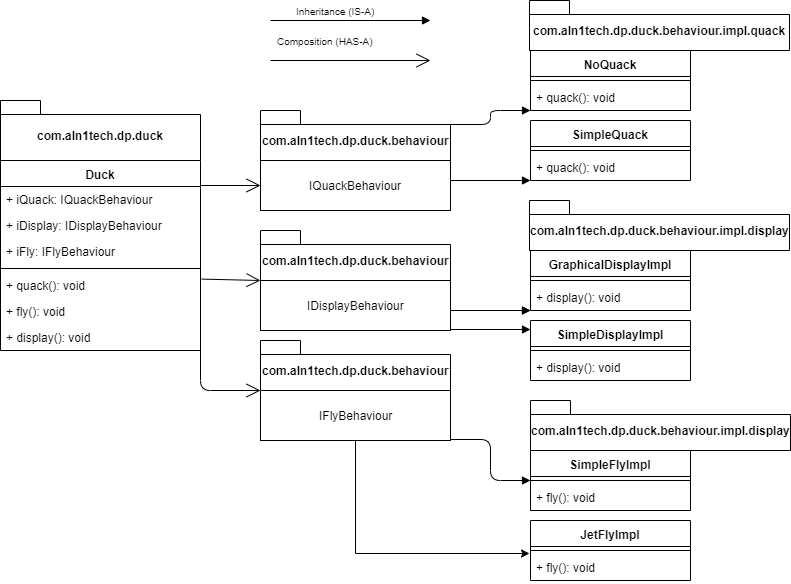
Before: strategy-pattern-ex/src/main/resources/uml/strategy-pattern.png, a diagram exported from draw.io (aln1tech/design-pattern). Source tidied: cells renumbered, new cells last; positions are measured from the earlier drawing's top-left corner, leaving out a move shared by most shapes.
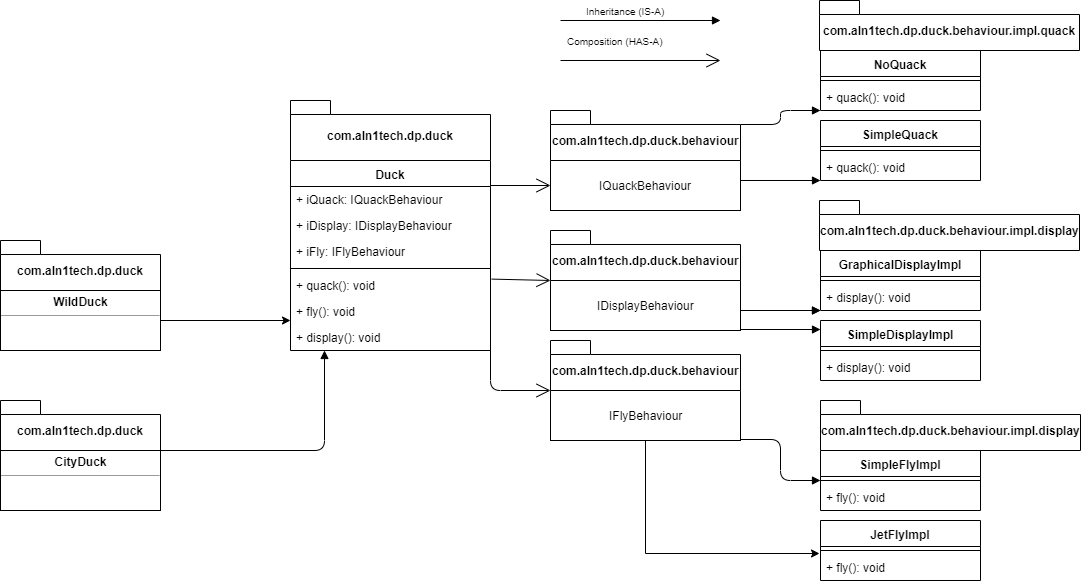
Later version of the same file.

Commit message:
strategy pattern uml diagram updated

What changed in the source:
```diff
@@ -207,5 +207,35 @@
     <mxCell id="58" value="com.aln1tech.dp.duck.behaviour.impl.display" style="shape=folder;fontStyle=1;spacingTop=10;tabWidth=40;tabHeight=14;tabPosition=left;html=1;" parent="1" vertex="1">
       <mxGeometry x="530" y="400" width="260" height="50" as="geometry" />
     </mxCell>
+    <mxCell id="59" value="com.aln1tech.dp.duck" style="shape=folder;fontStyle=1;spacingTop=10;tabWidth=40;tabHeight=14;tabPosition=left;html=1;" parent="1" vertex="1">
+      <mxGeometry x="-290" y="400" width="160" height="50" as="geometry" />
+    </mxCell>
+    <mxCell id="60" value="&lt;p style=&quot;margin: 0px ; margin-top: 4px ; text-align: center&quot;&gt;&lt;b&gt;CityDuck&lt;/b&gt;&lt;br&gt;&lt;/p&gt;&lt;hr size=&quot;1&quot;&gt;&lt;div style=&quot;height: 2px&quot;&gt;&lt;/div&gt;" style="verticalAlign=top;align=left;overflow=fill;fontSize=12;fontFamily=Helvetica;html=1;" parent="1" vertex="1">
+      <mxGeometry x="-290" y="450" width="160" height="60" as="geometry" />
+    </mxCell>
+    <mxCell id="61" style="endArrow=block;endFill=1;html=1;edgeStyle=orthogonalEdgeStyle;align=left;verticalAlign=top;" parent="1" edge="1">
+      <mxGeometry x="-1" relative="1" as="geometry">
+        <mxPoint x="-130" y="450" as="sourcePoint" />
+        <mxPoint x="34" y="350" as="targetPoint" />
+        <Array as="points">
+          <mxPoint x="34" y="450" />
+        </Array>
+      </mxGeometry>
+    </mxCell>
+    <mxCell id="62" style="html=1;align=left;verticalAlign=bottom;labelBackgroundColor=#ffffff;fontSize=10;" parent="61" vertex="1">
+      <mxGeometry x="-1" relative="1" as="geometry" />
+    </mxCell>
+    <mxCell id="63" value="com.aln1tech.dp.duck" style="shape=folder;fontStyle=1;spacingTop=10;tabWidth=40;tabHeight=14;tabPosition=left;html=1;" parent="1" vertex="1">
+      <mxGeometry x="-290" y="240" width="160" height="50" as="geometry" />
+    </mxCell>
+    <mxCell id="64" style="edgeStyle=orthogonalEdgeStyle;rounded=0;jettySize=auto;html=1;entryX=0;entryY=-0.154;entryDx=0;entryDy=0;entryPerimeter=0;" parent="1" edge="1" source="65" target="9">
+      <mxGeometry relative="1" as="geometry" />
+    </mxCell>
+    <mxCell id="65" value="&lt;p style=&quot;margin: 0px ; margin-top: 4px ; text-align: center&quot;&gt;&lt;b&gt;WildDuck&lt;/b&gt;&lt;br&gt;&lt;/p&gt;&lt;hr size=&quot;1&quot;&gt;&lt;div style=&quot;height: 2px&quot;&gt;&lt;/div&gt;" style="verticalAlign=top;align=left;overflow=fill;fontSize=12;fontFamily=Helvetica;html=1;" parent="1" vertex="1">
+      <mxGeometry x="-290" y="290" width="160" height="60" as="geometry" />
+    </mxCell>
+    <mxCell id="66" style="html=1;align=left;verticalAlign=bottom;labelBackgroundColor=#ffffff;fontSize=10;" parent="1" vertex="1">
+      <mxGeometry x="-120" y="460" as="geometry" />
+    </mxCell>
   </root>
 </mxGraphModel>
```
